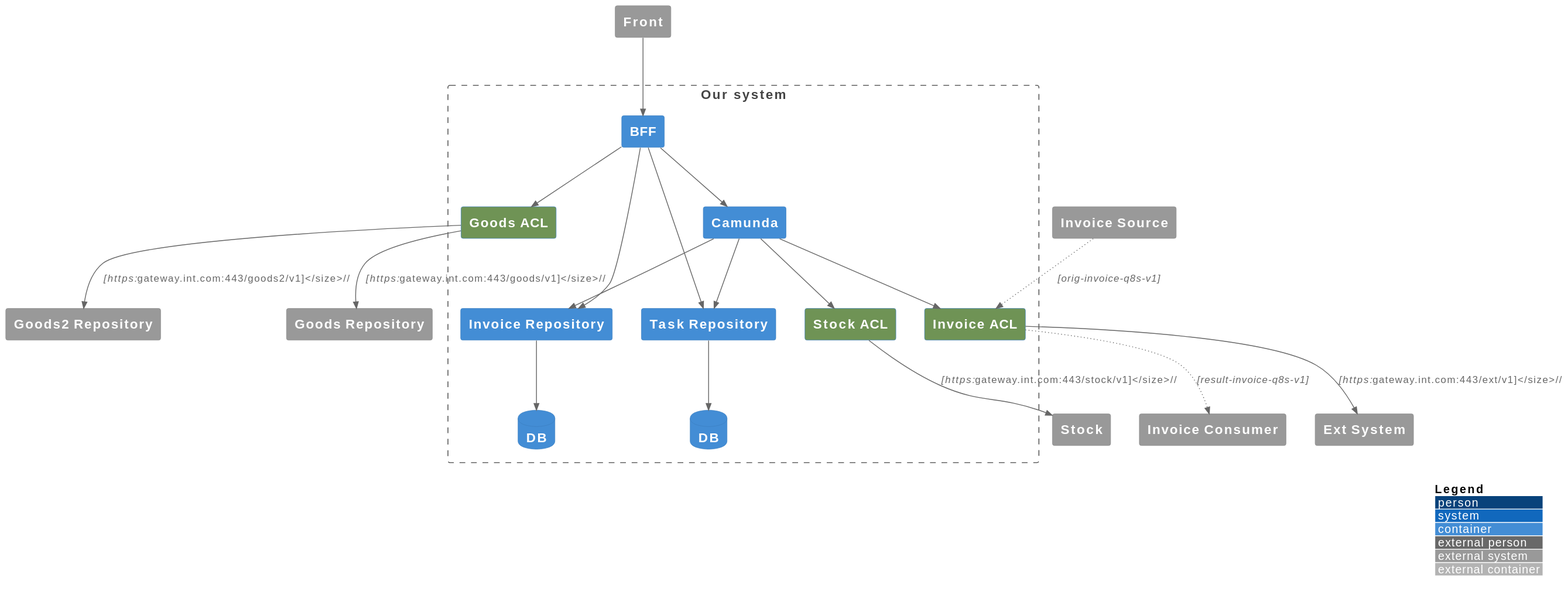
Earlier version of the PlantUML export architecture/Demo.svg (Byndyusoft/aact).
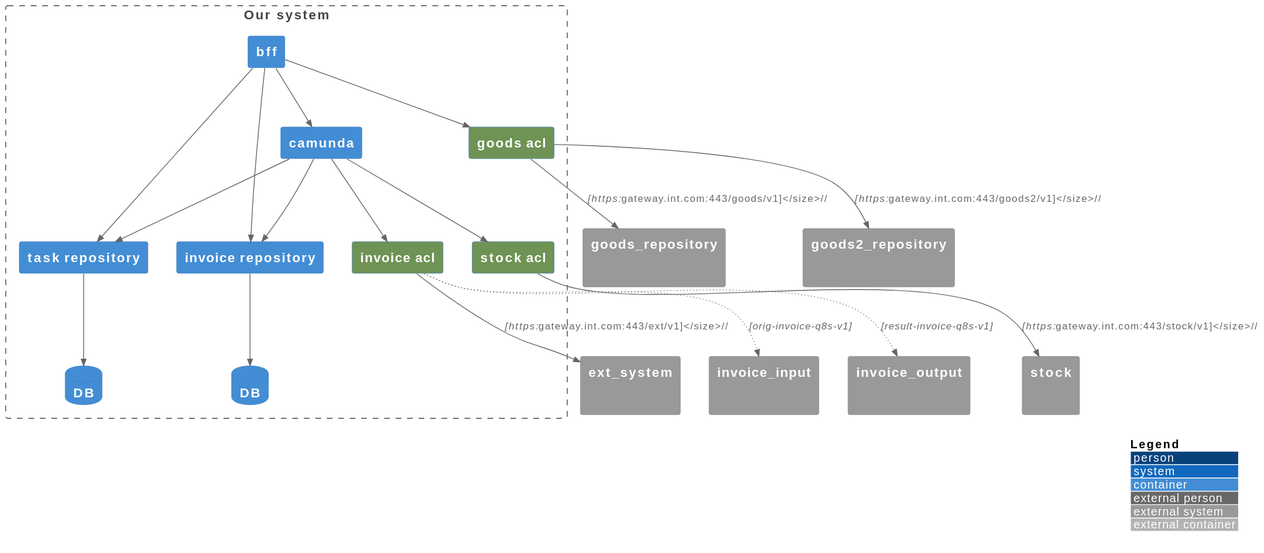
After the commit.

What changed in the source:
```diff
@@ -1,51 +1,39 @@
 @startuml
-!include https://raw.githubusercontent.com/plantuml-stdlib/C4-PlantUML/master/C4_Container.puml
-
-LAYOUT_WITH_LEGEND()
-
-AddRelTag("async",  $lineStyle = DottedLine())
-AddElementTag("acl",  $bgColor = "#6F9355")
-
-System_Ext(stock, "Stock")
-System_Ext(ext_system, "Ext System")
-System_Ext(invoice_source, "Invoice Source")
-System_Ext(invoice_dest, "Invoice Consumer")
-System_Ext(goods_repository, "Goods Repository")
-System_Ext(goods2_repository, "Goods2 Repository")
-System_Ext(front, "Front")
-
-Boundary(our_system, "Our system"){
-        Container(bff, "BFF")
-        Container(goods_acl, "Goods ACL", "", "", $tags="acl")
-        Container(camunda, "Camunda")
-        Container(task_repository, "Task Repository")
-        Container(invoice_repository, "Invoice Repository")
-        Container(invoice_acl, "Invoice ACL", "", "", $tags="acl")
-        Container(stock_acl, "Stock ACL", "", "", $tags="acl")
-
-        ContainerDb(task_repository_db,"DB")
-        ContainerDb(invoice_repository_db,"DB")
-}
-
-Rel(front, bff, "")
-Rel(bff, camunda, "")
-Rel(camunda, stock_acl, "")
+    !include https://raw.githubusercontent.com/plantuml-stdlib/C4-PlantUML/master/C4_Container.puml
+    LAYOUT_WITH_LEGEND()
+    AddRelTag("async",  $lineStyle = DottedLine())
+    AddElementTag("acl",  $bgColor = "#6F9355")
+    Boundary(project, "Our system"){
+  Container(bff, "bff")
+Container(camunda, "camunda")
+Container(goods_acl, "goods acl", "", "", $tags="acl")
+Container(invoice_acl, "invoice acl", "", "", $tags="acl")
+Container(invoice_repository, "invoice repository")
+ContainerDb(invoice_repository_db, "DB")
+Rel(invoice_repository, invoice_repository_db, "")
+            Container(stock_acl, "stock acl", "", "", $tags="acl")
+Container(task_repository, "task repository")
+ContainerDb(task_repository_db, "DB")
+Rel(task_repository, task_repository_db, "")
+            }
+Rel(bff, invoice_repository, "")
+            Rel(bff, task_repository, "")
+            Rel(bff, camunda, "")
+            Rel(bff, goods_acl, "")
+            Rel(camunda, invoice_repository, "")
+            Rel(camunda, task_repository, "")
+            Rel(camunda, stock_acl, "")
+            Rel(camunda, invoice_acl, "")
+            System_Ext(goods_repository, "goods_repository", " ")
+Rel(goods_acl, goods_repository, "", "https://gateway.int.com:443/goods/v1")
+            System_Ext(goods2_repository, "goods2_repository", " ")
+Rel(goods_acl, goods2_repository, "", "https://gateway.int.com:443/goods2/v1")
+            System_Ext(ext_system, "ext_system", " ")
+Rel(invoice_acl, ext_system, "", "https://gateway.int.com:443/ext/v1")
+            System_Ext(invoice_input, "invoice_input", " ")
+Rel(invoice_acl, invoice_input, "", "orig-invoice-q8s-v1", $tags="async")
+            System_Ext(invoice_output, "invoice_output", " ")
+Rel(invoice_acl, invoice_output, "", "result-invoice-q8s-v1", $tags="async")
+            System_Ext(stock, "stock", " ")
 Rel(stock_acl, stock, "", "https://gateway.int.com:443/stock/v1")
-
-Rel(bff, goods_acl, "")
-Rel(goods_acl, goods_repository, "", "https://gateway.int.com:443/goods/v1")
-Rel(goods_acl, goods2_repository, "", "https://gateway.int.com:443/goods2/v1")
-
-Rel(bff, task_repository, "")
-Rel(task_repository, task_repository_db, "")
-
-Rel(bff, invoice_repository, "")
-Rel(invoice_repository, invoice_repository_db, "")
-
-Rel(camunda, task_repository, "")
-Rel(camunda, invoice_repository, "")
-Rel(camunda, invoice_acl, "")
-Rel(invoice_source, invoice_acl, "", "orig-invoice-q8s-v1", $tags="async")
-Rel(invoice_acl, invoice_dest, "", "result-invoice-q8s-v1", $tags="async")
-Rel(invoice_acl, ext_system, "", "https://gateway.int.com:443/ext/v1")
-@enduml
+            @enduml
```
